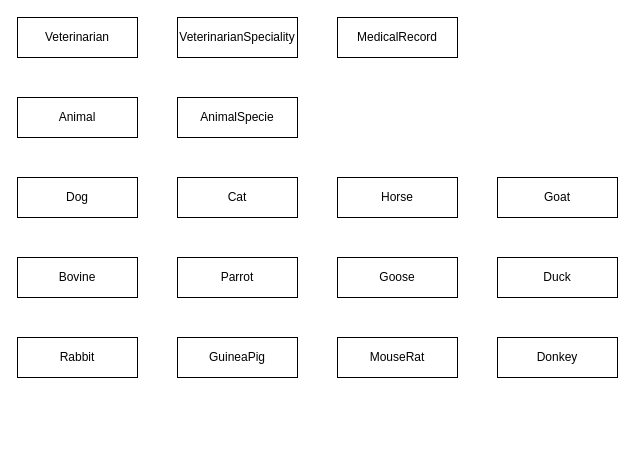
The draw.io diagram page "Entities" (1 of 2) of UMLs/MVP001_UML.drawio in lead03/MyShelter, before the edit. Source tidied: cells renumbered, new cells numbered last; positions are measured from the earlier drawing's top-left corner, leaving out a move shared by most shapes. Both pictures are drawn from the tidied source at 100%, with x=0, y=0 at pixel (17, 17).
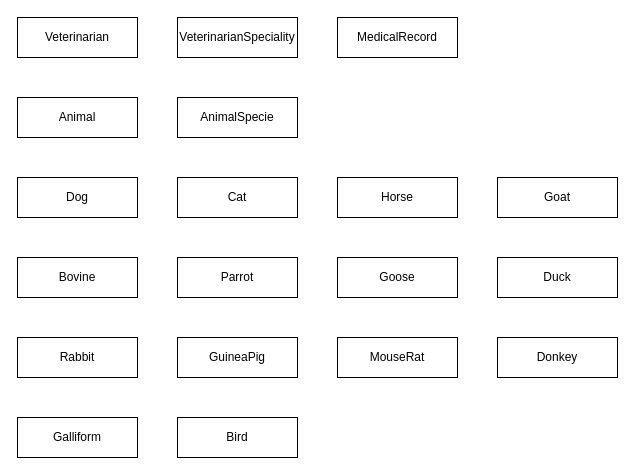
After the change.

The edit, as a diff of the source:
```diff
@@
+    <mxCell id="19" value="Galliform" style="rounded=0;whiteSpace=wrap;html=1;" parent="1" vertex="1">
+      <mxGeometry y="400" width="120" height="40" as="geometry" />
+    </mxCell>
+    <mxCell id="20" value="Bird" style="rounded=0;whiteSpace=wrap;html=1;" parent="1" vertex="1">
+      <mxGeometry x="160" y="400" width="120" height="40" as="geometry" />
+    </mxCell>
```
